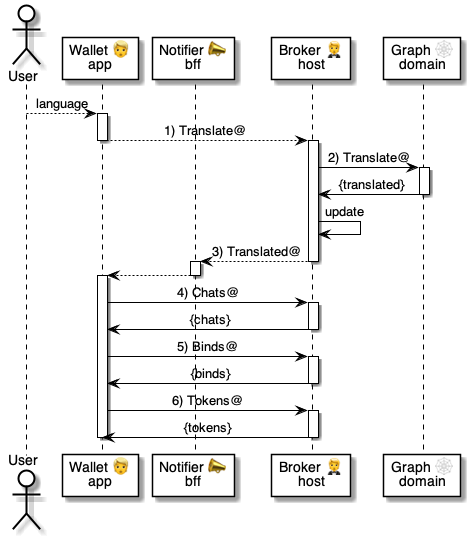
Above: 5 ⏩ Flows/90 🧑‍🦰👉 Wallets/10 👉🤵 Set-up/.📎 Assets/⚙️ Translate.png in pollyweb-org/pollyweb-docs (PlantUML), before the change. Its source is kept beside it as 5 ⏩ Flows/90 🧑‍🦰👉 Wallets/10 👉🤵 Set-up/.📎 Assets/⚙️ Translate.puml. Source of this version:
```plantuml
@startuml Translate

actor User as user
participant "Wallet 👱\napp" as wallet
participant "Notifier 📣\nbff" as notifier
participant "Broker 🤵\nhost" as broker
participant "Graph 🕸\ndomain" as graph

user --> wallet: language
activate wallet
    wallet --> broker: 1) Translate@
deactivate wallet

activate broker
    broker -> graph: 2) Translate@

    activate graph
        graph -> broker: {translated}
    deactivate graph

    broker -> broker: update
    broker --> notifier: 3) Translated@
deactivate broker

activate notifier
    notifier --> wallet
deactivate notifier

activate wallet

    wallet -> broker: 4) Chats@
    activate broker
        broker -> wallet: {chats}
    deactivate broker

    wallet -> broker: 5) Binds@
    activate broker
        broker -> wallet: {binds}
    deactivate broker

    wallet -> broker: 6) Tokens@
    activate broker
        broker -> wallet: {tokens}
    deactivate broker

deactivate wallet

@enduml
```
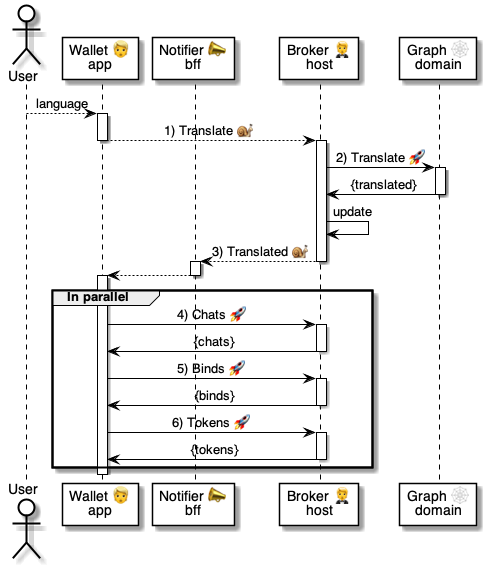
The same file after the commit.

Diff of the diagram source:
```diff
@@ -8,18 +8,18 @@
 
 user --> wallet: language
 activate wallet
-    wallet --> broker: 1) Translate@
+    wallet --> broker: 1) Translate 🐌
 deactivate wallet
 
 activate broker
-    broker -> graph: 2) Translate@
+    broker -> graph: 2) Translate 🚀
 
     activate graph
         graph -> broker: {translated}
     deactivate graph
 
     broker -> broker: update
-    broker --> notifier: 3) Translated@
+    broker --> notifier: 3) Translated 🐌
 deactivate broker
 
 activate notifier
@@ -27,22 +27,23 @@
 deactivate notifier
 
 activate wallet
-
-    wallet -> broker: 4) Chats@
+group In parallel
+    wallet -> broker: 4) Chats 🚀
     activate broker
         broker -> wallet: {chats}
     deactivate broker
 
-    wallet -> broker: 5) Binds@
+    wallet -> broker: 5) Binds 🚀
     activate broker
         broker -> wallet: {binds}
     deactivate broker
 
-    wallet -> broker: 6) Tokens@
+    wallet -> broker: 6) Tokens 🚀
     activate broker
         broker -> wallet: {tokens}
     deactivate broker
 
+end group
 deactivate wallet
 
 @enduml
```
